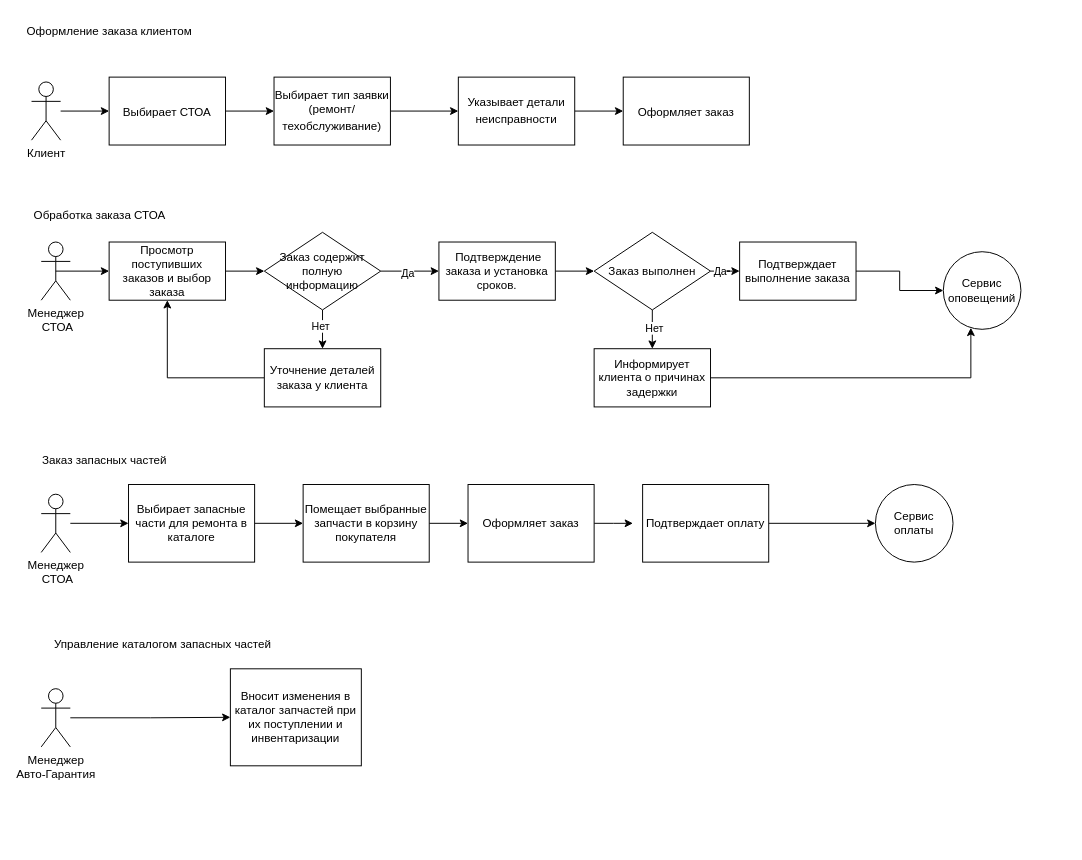
The draw.io diagram 2.Solution/2 Functional decomposition.drawio in samsonovsa/OtusArhitectureFinalProject, before the edit. Source tidied: cells renumbered, new cells numbered last; positions are measured from the earlier drawing's top-left corner, leaving out a move shared by most shapes. Both pictures are drawn from the tidied source at 97%, with x=0, y=0 at pixel (16, 16).
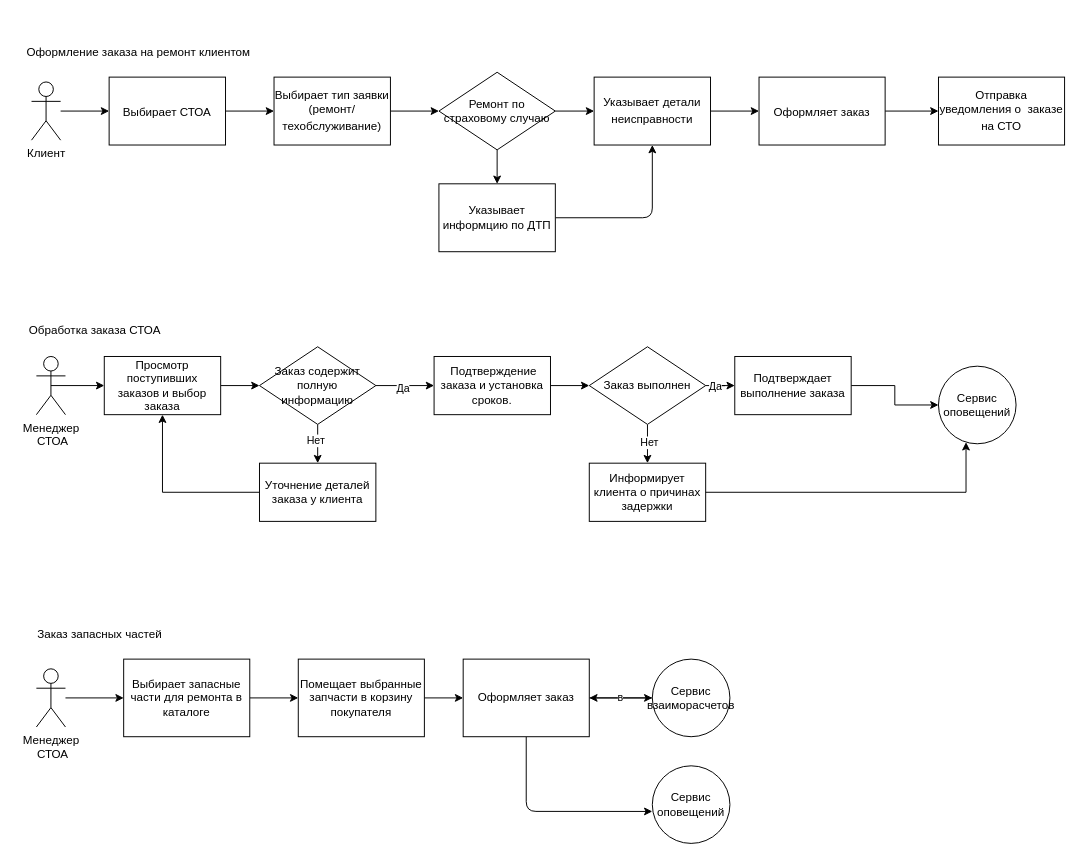
The same page after the edit.

Unchanged cells that the change refers to:
```xml
<mxCell id="6" value="&lt;div style=&quot;&quot;&gt;Выбирает тип заявки (ремонт/техобслуживание)&lt;font face=&quot;Söhne, ui-sans-serif, system-ui, -apple-system, Segoe UI, Roboto, Ubuntu, Cantarell, Noto Sans, sans-serif, Helvetica Neue, Arial, Apple Color Emoji, Segoe UI Emoji, Segoe UI Symbol, Noto Color Emoji&quot; color=&quot;#374151&quot;&gt;&lt;span style=&quot;font-size: 16px;&quot;&gt;&lt;br&gt;&lt;/span&gt;&lt;/font&gt;&lt;/div&gt;" style="whiteSpace=wrap;html=1;align=center;" parent="1" vertex="1">
  <mxGeometry x="265" y="62" width="120" height="70" as="geometry" />
</mxCell>
```

Diff of the diagram source:
```diff
@@
-    <mxCell id="2" value="Оформление заказа клиентом" style="text;html=1;align=center;verticalAlign=middle;strokeColor=none;fillColor=none;" parent="1" vertex="1">
-      <mxGeometry width="190" height="30" as="geometry" />
+    <mxCell id="2" value="Оформление заказа на ремонт клиентом" style="text;html=1;align=center;verticalAlign=middle;strokeColor=none;fillColor=none;" parent="1" vertex="1">
+      <mxGeometry y="22" width="250" height="30" as="geometry" />
     </mxCell>
@@
-    <mxCell id="5" style="edgeStyle=orthogonalEdgeStyle;rounded=0;jettySize=auto;html=1;exitX=1;exitY=0.5;exitDx=0;exitDy=0;entryX=0;entryY=0.5;entryDx=0;entryDy=0;" parent="1" edge="1" source="6" target="8">
+    <mxCell id="5" style="edgeStyle=orthogonalEdgeStyle;rounded=0;jettySize=auto;html=1;exitX=1;exitY=0.5;exitDx=0;exitDy=0;entryX=0;entryY=0.5;entryDx=0;entryDy=0;" parent="1" edge="1" source="6" target="57">
       <mxGeometry relative="1" as="geometry" />
     </mxCell>
@@
     <mxCell id="8" value="&lt;div style=&quot;&quot;&gt;Указывает детали неисправности&lt;font face=&quot;Söhne, ui-sans-serif, system-ui, -apple-system, Segoe UI, Roboto, Ubuntu, Cantarell, Noto Sans, sans-serif, Helvetica Neue, Arial, Apple Color Emoji, Segoe UI Emoji, Segoe UI Symbol, Noto Color Emoji&quot; color=&quot;#374151&quot;&gt;&lt;span style=&quot;font-size: 16px;&quot;&gt;&lt;br&gt;&lt;/span&gt;&lt;/font&gt;&lt;/div&gt;" style="whiteSpace=wrap;html=1;align=center;" parent="1" vertex="1">
-      <mxGeometry x="455" y="62" width="120" height="70" as="geometry" />
+      <mxGeometry x="595" y="62" width="120" height="70" as="geometry" />
     </mxCell>
+    <mxCell id="52" style="edgeStyle=none;html=1;exitX=1;exitY=0.5;exitDx=0;exitDy=0;entryX=0;entryY=0.5;entryDx=0;entryDy=0;" parent="1" edge="1" source="9" target="60">
+      <mxGeometry relative="1" as="geometry" />
+    </mxCell>
     <mxCell id="9" value="&lt;div style=&quot;text-align: left;&quot;&gt;Оформляет заказ&lt;font face=&quot;Söhne, ui-sans-serif, system-ui, -apple-system, Segoe UI, Roboto, Ubuntu, Cantarell, Noto Sans, sans-serif, Helvetica Neue, Arial, Apple Color Emoji, Segoe UI Emoji, Segoe UI Symbol, Noto Color Emoji&quot; color=&quot;#374151&quot;&gt;&lt;span style=&quot;font-size: 16px;&quot;&gt;&lt;br&gt;&lt;/span&gt;&lt;/font&gt;&lt;/div&gt;" style="whiteSpace=wrap;html=1;" parent="1" vertex="1">
-      <mxGeometry x="625" y="62" width="130" height="70" as="geometry" />
+      <mxGeometry x="765" y="62" width="130" height="70" as="geometry" />
     </mxCell>
     <mxCell id="10" value="Обработка заказа СТОА" style="text;html=1;align=center;verticalAlign=middle;strokeColor=none;fillColor=none;" parent="1" vertex="1">
-      <mxGeometry x="5" y="190" width="160" height="30" as="geometry" />
+      <mxGeometry y="308" width="160" height="30" as="geometry" />
     </mxCell>
@@
     <mxCell id="12" value="Просмотр поступивших заказов и выбор заказа" style="whiteSpace=wrap;html=1;" parent="1" vertex="1">
-      <mxGeometry x="95" y="232" width="120" height="60" as="geometry" />
+      <mxGeometry x="90" y="350" width="120" height="60" as="geometry" />
     </mxCell>
@@
     <mxCell id="14" value="&amp;nbsp;Подтверждение заказа и установка сроков." style="whiteSpace=wrap;html=1;" parent="1" vertex="1">
-      <mxGeometry x="435" y="232" width="120" height="60" as="geometry" />
+      <mxGeometry x="430" y="350" width="120" height="60" as="geometry" />
     </mxCell>
@@
     <mxCell id="16" value="Подтверждает выполнение заказа" style="whiteSpace=wrap;html=1;" parent="1" vertex="1">
-      <mxGeometry x="745" y="232" width="120" height="60" as="geometry" />
+      <mxGeometry x="740" y="350" width="120" height="60" as="geometry" />
     </mxCell>
     <mxCell id="17" value="Заказ запасных частей" style="text;html=1;align=center;verticalAlign=middle;strokeColor=none;fillColor=none;" parent="1" vertex="1">
-      <mxGeometry x="15" y="442" width="150" height="30" as="geometry" />
+      <mxGeometry x="10" y="622" width="150" height="30" as="geometry" />
     </mxCell>
@@
     <mxCell id="19" value="Выбирает запасные части для ремонта в каталоге" style="rounded=0;whiteSpace=wrap;html=1;" parent="1" vertex="1">
-      <mxGeometry x="115" y="482" width="130" height="80" as="geometry" />
+      <mxGeometry x="110" y="662" width="130" height="80" as="geometry" />
     </mxCell>
@@
     <mxCell id="21" value="Помещает выбранные запчасти в корзину покупателя" style="rounded=0;whiteSpace=wrap;html=1;" parent="1" vertex="1">
-      <mxGeometry x="295" y="482" width="130" height="80" as="geometry" />
+      <mxGeometry x="290" y="662" width="130" height="80" as="geometry" />
     </mxCell>
-    <mxCell id="22" style="edgeStyle=orthogonalEdgeStyle;rounded=0;jettySize=auto;html=1;exitX=1;exitY=0.5;exitDx=0;exitDy=0;" parent="1" edge="1" source="23">
-      <mxGeometry relative="1" as="geometry">
-        <mxPoint x="635" y="522" as="targetPoint" />
-      </mxGeometry>
+    <mxCell id="22" style="edgeStyle=orthogonalEdgeStyle;rounded=0;jettySize=auto;html=1;exitX=1;exitY=0.5;exitDx=0;exitDy=0;entryX=0;entryY=0.5;entryDx=0;entryDy=0;" parent="1" edge="1" source="23" target="49">
+      <mxGeometry relative="1" as="geometry" />
     </mxCell>
+    <mxCell id="53" style="edgeStyle=none;html=1;entryX=0;entryY=0.588;entryDx=0;entryDy=0;entryPerimeter=0;" parent="1" edge="1" source="23" target="61">
+      <mxGeometry relative="1" as="geometry">
+        <Array as="points">
+          <mxPoint x="525" y="819" />
+        </Array>
+      </mxGeometry>
+    </mxCell>
     <mxCell id="23" value="Оформляет заказ" style="rounded=0;whiteSpace=wrap;html=1;" parent="1" vertex="1">
-      <mxGeometry x="465" y="482" width="130" height="80" as="geometry" />
+      <mxGeometry x="460" y="662" width="130" height="80" as="geometry" />
     </mxCell>
-    <mxCell id="24" value="Управление каталогом запасных частей" style="text;html=1;align=center;verticalAlign=middle;strokeColor=none;fillColor=none;" parent="1" vertex="1">
-      <mxGeometry x="25" y="632" width="250" height="30" as="geometry" />
-    </mxCell>
-    <mxCell id="25" value="Вносит изменения в каталог запчастей при их поступлении и инвентаризации" style="whiteSpace=wrap;html=1;" parent="1" vertex="1">
-      <mxGeometry x="220" y="672" width="135" height="100" as="geometry" />
-    </mxCell>
@@
     <mxCell id="29" value="Менеджер&lt;br&gt;&amp;nbsp;СТОА" style="shape=umlActor;verticalLabelPosition=bottom;verticalAlign=top;html=1;outlineConnect=0;" parent="1" vertex="1">
-      <mxGeometry x="25" y="232" width="30" height="60" as="geometry" />
+      <mxGeometry x="20" y="350" width="30" height="60" as="geometry" />
     </mxCell>
@@
     <mxCell id="34" value="Заказ содержит полную информацию" style="rhombus;whiteSpace=wrap;html=1;" parent="1" vertex="1">
-      <mxGeometry x="255" y="222" width="120" height="80" as="geometry" />
+      <mxGeometry x="250" y="340" width="120" height="80" as="geometry" />
     </mxCell>
@@
     <mxCell id="36" value="Уточнение деталей заказа у клиента" style="whiteSpace=wrap;html=1;" parent="1" vertex="1">
-      <mxGeometry x="255" y="342" width="120" height="60" as="geometry" />
+      <mxGeometry x="250" y="460" width="120" height="60" as="geometry" />
     </mxCell>
@@
     <mxCell id="41" value="Заказ выполнен" style="rhombus;whiteSpace=wrap;html=1;" parent="1" vertex="1">
-      <mxGeometry x="595" y="222" width="120" height="80" as="geometry" />
+      <mxGeometry x="590" y="340" width="120" height="80" as="geometry" />
     </mxCell>
     <mxCell id="42" value="Сервис оповещений" style="ellipse;whiteSpace=wrap;html=1;" parent="1" vertex="1">
-      <mxGeometry x="955" y="242" width="80" height="80" as="geometry" />
+      <mxGeometry x="950" y="360" width="80" height="80" as="geometry" />
     </mxCell>
     <mxCell id="43" value="Информирует клиента о причинах задержки" style="whiteSpace=wrap;html=1;" parent="1" vertex="1">
-      <mxGeometry x="595" y="342" width="120" height="60" as="geometry" />
+      <mxGeometry x="590" y="460" width="120" height="60" as="geometry" />
     </mxCell>
@@
     <mxCell id="46" value="Менеджер&lt;br&gt;&amp;nbsp;СТОА" style="shape=umlActor;verticalLabelPosition=bottom;verticalAlign=top;html=1;outlineConnect=0;" parent="1" vertex="1">
-      <mxGeometry x="25" y="492" width="30" height="60" as="geometry" />
+      <mxGeometry x="20" y="672" width="30" height="60" as="geometry" />
     </mxCell>
-    <mxCell id="47" style="edgeStyle=orthogonalEdgeStyle;rounded=0;jettySize=auto;html=1;exitX=1;exitY=0.5;exitDx=0;exitDy=0;entryX=0;entryY=0.5;entryDx=0;entryDy=0;" parent="1" edge="1" source="48" target="49">
-      <mxGeometry relative="1" as="geometry" />
-    </mxCell>
-    <mxCell id="48" value="Подтверждает оплату" style="rounded=0;whiteSpace=wrap;html=1;" parent="1" vertex="1">
-      <mxGeometry x="645" y="482" width="130" height="80" as="geometry" />
-    </mxCell>
+    <mxCell id="54" value="в" style="edgeStyle=none;html=1;" parent="1" edge="1" source="49" target="23">
+      <mxGeometry relative="1" as="geometry" />
+    </mxCell>
-    <mxCell id="49" value="Сервис оплаты" style="ellipse;whiteSpace=wrap;html=1;" parent="1" vertex="1">
-      <mxGeometry x="885" y="482" width="80" height="80" as="geometry" />
+    <mxCell id="49" value="Сервис взаиморасчетов" style="ellipse;whiteSpace=wrap;html=1;" parent="1" vertex="1">
+      <mxGeometry x="655" y="662" width="80" height="80" as="geometry" />
     </mxCell>
-    <mxCell id="50" style="edgeStyle=orthogonalEdgeStyle;rounded=0;jettySize=auto;html=1;entryX=0;entryY=0.5;entryDx=0;entryDy=0;" parent="1" edge="1" source="51" target="25">
-      <mxGeometry relative="1" as="geometry" />
-    </mxCell>
-    <mxCell id="51" value="Менеджер&lt;br&gt;Авто-Гарантия" style="shape=umlActor;verticalLabelPosition=bottom;verticalAlign=top;html=1;outlineConnect=0;" parent="1" vertex="1">
-      <mxGeometry x="25" y="692.5" width="30" height="60" as="geometry" />
-    </mxCell>
+    <mxCell id="55" style="edgeStyle=none;html=1;exitX=1;exitY=0.5;exitDx=0;exitDy=0;entryX=0;entryY=0.5;entryDx=0;entryDy=0;" parent="1" edge="1" source="57" target="8">
+      <mxGeometry relative="1" as="geometry" />
+    </mxCell>
+    <mxCell id="56" style="edgeStyle=none;html=1;exitX=0.5;exitY=1;exitDx=0;exitDy=0;entryX=0.5;entryY=0;entryDx=0;entryDy=0;" parent="1" edge="1" source="57" target="59">
+      <mxGeometry relative="1" as="geometry" />
+    </mxCell>
+    <mxCell id="57" value="Ремонт по страховому случаю" style="rhombus;whiteSpace=wrap;html=1;" parent="1" vertex="1">
+      <mxGeometry x="435" y="57" width="120" height="80" as="geometry" />
+    </mxCell>
+    <mxCell id="58" style="edgeStyle=none;html=1;exitX=1;exitY=0.5;exitDx=0;exitDy=0;entryX=0.5;entryY=1;entryDx=0;entryDy=0;" parent="1" edge="1" source="59" target="8">
+      <mxGeometry relative="1" as="geometry">
+        <Array as="points">
+          <mxPoint x="655" y="207" />
+        </Array>
+      </mxGeometry>
+    </mxCell>
+    <mxCell id="59" value="Указывает информцию по ДТП" style="whiteSpace=wrap;html=1;align=center;" parent="1" vertex="1">
+      <mxGeometry x="435" y="172" width="120" height="70" as="geometry" />
+    </mxCell>
+    <mxCell id="60" value="&lt;div style=&quot;&quot;&gt;Отправка уведомления о&amp;nbsp; заказе на СТО&lt;font face=&quot;Söhne, ui-sans-serif, system-ui, -apple-system, Segoe UI, Roboto, Ubuntu, Cantarell, Noto Sans, sans-serif, Helvetica Neue, Arial, Apple Color Emoji, Segoe UI Emoji, Segoe UI Symbol, Noto Color Emoji&quot; color=&quot;#374151&quot;&gt;&lt;span style=&quot;font-size: 16px;&quot;&gt;&lt;br&gt;&lt;/span&gt;&lt;/font&gt;&lt;/div&gt;" style="whiteSpace=wrap;html=1;" parent="1" vertex="1">
+      <mxGeometry x="950" y="62" width="130" height="70" as="geometry" />
+    </mxCell>
+    <mxCell id="61" value="Сервис оповещений" style="ellipse;whiteSpace=wrap;html=1;" parent="1" vertex="1">
+      <mxGeometry x="655" y="772" width="80" height="80" as="geometry" />
+    </mxCell>
```
